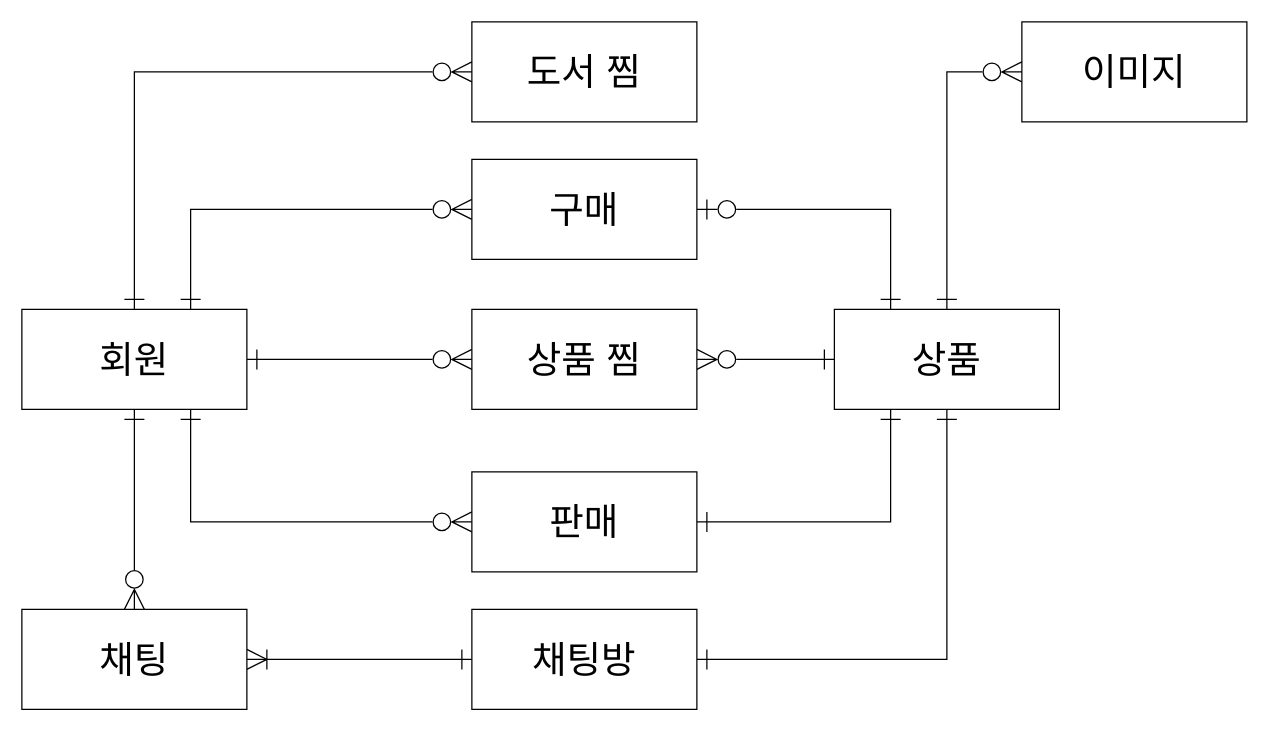
This is documents/Domain_Model_Diagram.drawio from babybeb/users-used-book-store, a draw.io file, before an edit. Source tidied: cells renumbered, new cells numbered last; positions are measured from the earlier drawing's top-left corner, leaving out a move shared by most shapes. Both pictures are drawn from the tidied source at 125%, with x=0, y=0 at pixel (21, 21).
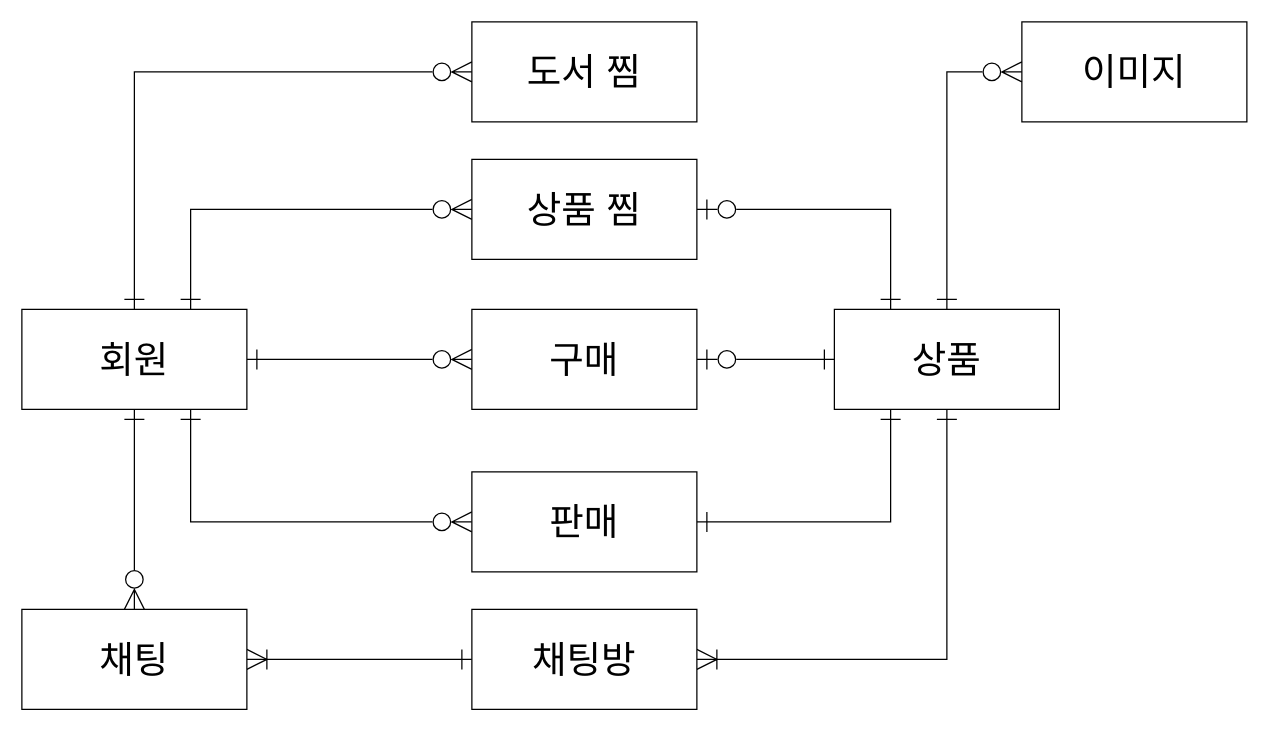
The same diagram, later.

Commit message (it also covers changes not shown here):
Fix Domain_Model_Diagram

Unchanged cells that the change refers to:
```xml
<mxCell id="13" value="&lt;span style=&quot;font-size: 30px&quot;&gt;상품&lt;/span&gt;" style="rounded=0;whiteSpace=wrap;html=1;" parent="1" vertex="1">
  <mxGeometry x="650" y="230" width="180" height="80" as="geometry" />
</mxCell>
<mxCell id="16" value="&lt;span style=&quot;font-size: 30px&quot;&gt;채팅방&lt;/span&gt;" style="rounded=0;whiteSpace=wrap;html=1;" parent="1" vertex="1">
  <mxGeometry x="360" y="470" width="180" height="80" as="geometry" />
</mxCell>
```

Diff of the diagram source:
```diff
@@
-    <mxCell id="8" value="&lt;span style=&quot;font-size: 30px&quot;&gt;구매&lt;/span&gt;" style="rounded=0;whiteSpace=wrap;html=1;" parent="1" vertex="1">
+    <mxCell id="8" value="&lt;span style=&quot;font-size: 30px;&quot;&gt;상품 찜&lt;/span&gt;" style="rounded=0;whiteSpace=wrap;html=1;" parent="1" vertex="1">
       <mxGeometry x="360" y="110" width="180" height="80" as="geometry" />
     </mxCell>
@@
-    <mxCell id="11" style="edgeStyle=orthogonalEdgeStyle;rounded=0;jettySize=auto;html=1;fontSize=30;startArrow=ERzeroToMany;startFill=0;endArrow=ERone;endFill=0;startSize=14;endSize=14;" parent="1" edge="1" source="12" target="13">
+    <mxCell id="11" style="edgeStyle=orthogonalEdgeStyle;rounded=0;jettySize=auto;html=1;fontSize=30;startArrow=ERzeroToOne;startFill=0;endArrow=ERone;endFill=0;startSize=14;endSize=14;" parent="1" edge="1" source="12" target="13">
       <mxGeometry relative="1" as="geometry" />
     </mxCell>
-    <mxCell id="12" value="&lt;span style=&quot;font-size: 30px&quot;&gt;상품 찜&lt;/span&gt;" style="rounded=0;whiteSpace=wrap;html=1;" parent="1" vertex="1">
+    <mxCell id="12" value="&lt;span style=&quot;font-size: 30px;&quot;&gt;구매&lt;/span&gt;" style="rounded=0;whiteSpace=wrap;html=1;" parent="1" vertex="1">
       <mxGeometry x="360" y="230" width="180" height="80" as="geometry" />
     </mxCell>
@@
-    <mxCell id="15" style="rounded=0;jettySize=auto;html=1;startArrow=ERone;startFill=0;endArrow=ERone;endFill=0;targetPerimeterSpacing=0;strokeWidth=1;endSize=14;startSize=14;exitX=1;exitY=0.5;exitDx=0;exitDy=0;entryX=0.5;entryY=1;entryDx=0;entryDy=0;" parent="1" edge="1" source="16" target="13">
+    <mxCell id="15" style="rounded=0;jettySize=auto;html=1;startArrow=ERoneToMany;startFill=0;endArrow=ERone;endFill=0;targetPerimeterSpacing=0;strokeWidth=1;endSize=14;startSize=14;exitX=1;exitY=0.5;exitDx=0;exitDy=0;entryX=0.5;entryY=1;entryDx=0;entryDy=0;" parent="1" edge="1" source="16" target="13">
       <mxGeometry relative="1" as="geometry">
         <Array as="points">
           <mxPoint x="740" y="510" />
         </Array>
       </mxGeometry>
     </mxCell>
```
